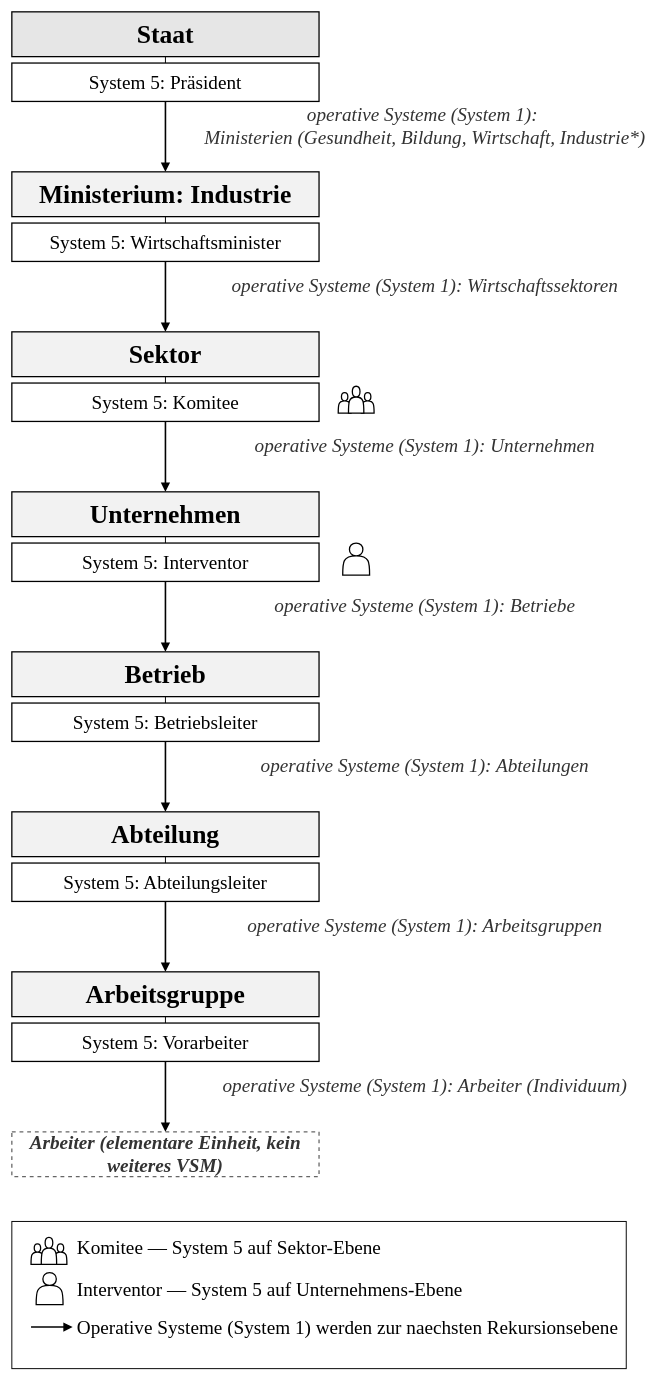
Before: abbildungen/VSM-Rekursion-Beer.drawio in LevinTheDoctor/fom-typst-template, a draw.io diagram. Source tidied: cells renumbered, new cells numbered last; positions are measured from the earlier drawing's top-left corner, leaving out a move shared by most shapes. Both pictures are drawn from the tidied source at 64%, with x=0, y=0 at pixel (12, 12).
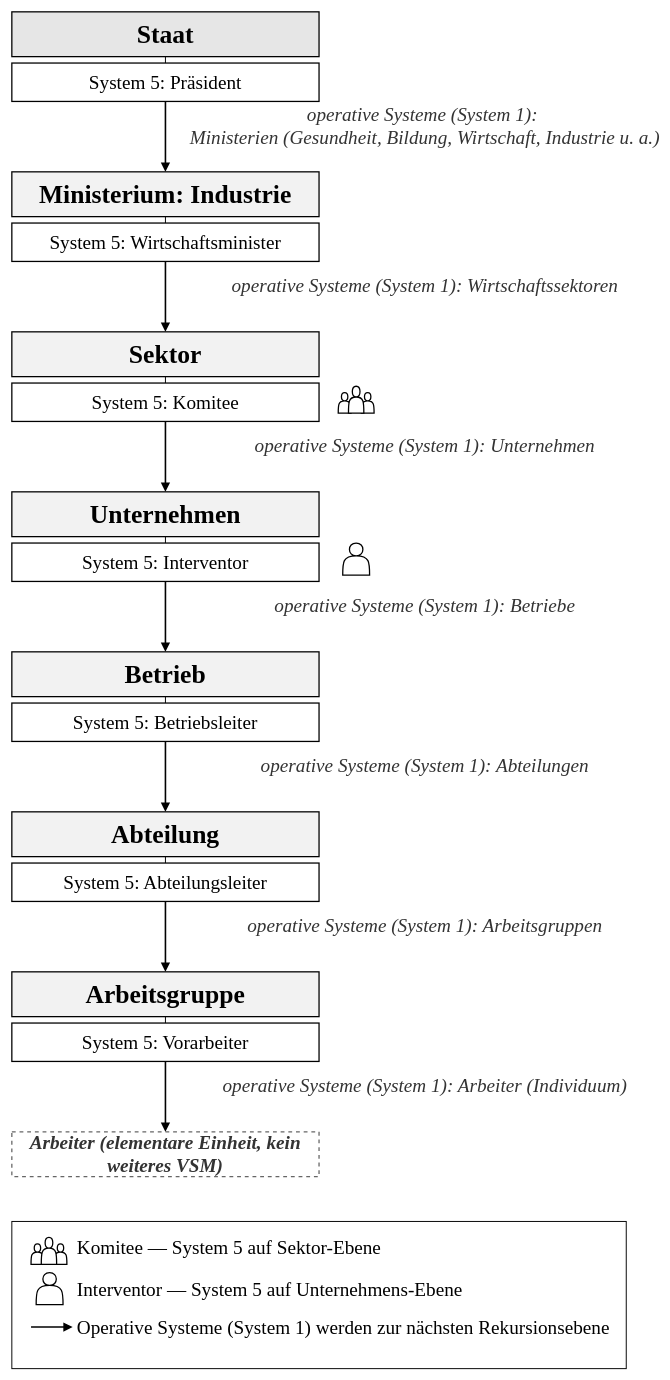
Above is the later version.

The edit, as a diff of the source:
```diff
@@
-    <mxCell id="6" value="operative Systeme (System 1):&amp;nbsp;&lt;div&gt;Ministerien (Gesundheit, Bildung, Wirtschaft, Industrie*)&lt;/div&gt;" style="text;html=1;align=center;verticalAlign=middle;fontFamily=Times New Roman;fontSize=30;fontColor=#333333;fontStyle=2;" parent="1" vertex="1">
+    <mxCell id="6" value="operative Systeme (System 1):&amp;nbsp;&lt;div&gt;Ministerien (Gesundheit, Bildung, Wirtschaft, Industrie u. a.)&lt;/div&gt;" style="text;html=1;align=center;verticalAlign=middle;fontFamily=Times New Roman;fontSize=30;fontColor=#333333;fontStyle=2;" parent="1" vertex="1">
       <mxGeometry x="500" y="148" width="290" height="60" as="geometry" />
     </mxCell>
@@
-    <mxCell id="52" value="Operative Systeme (System 1) werden zur naechsten Rekursionsebene&amp;nbsp;" style="text;html=1;align=left;verticalAlign=middle;fontFamily=Times New Roman;fontSize=30;fontColor=#000000;" parent="1" vertex="1">
+    <mxCell id="52" value="Operative Systeme (System 1) werden zur nächsten Rekursionsebene&amp;nbsp;" style="text;html=1;align=left;verticalAlign=middle;fontFamily=Times New Roman;fontSize=30;fontColor=#000000;" parent="1" vertex="1">
       <mxGeometry x="100" y="2032" width="420" height="46" as="geometry" />
     </mxCell>
```
